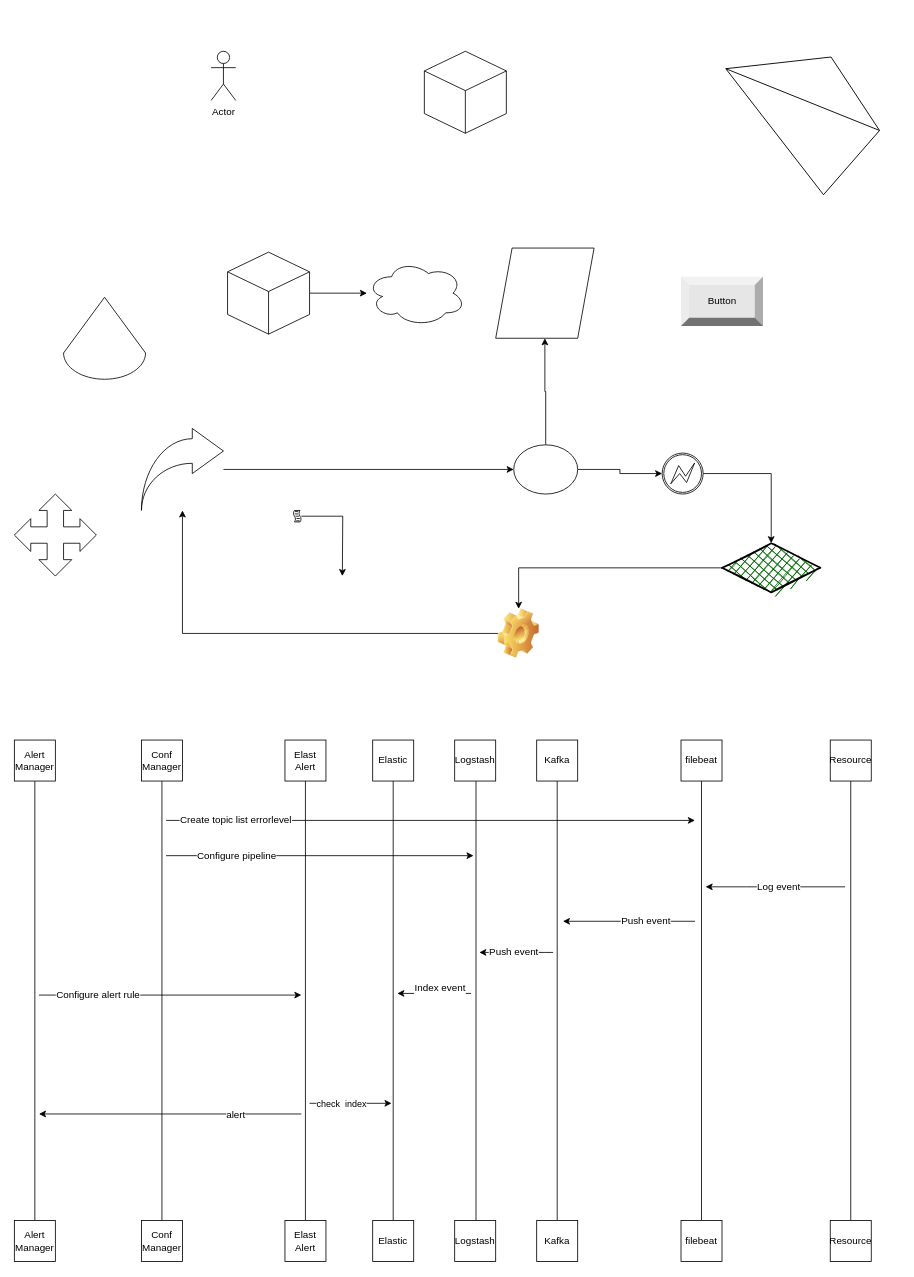
agustincaparros/SoA-Diagrams keeps this draw.io diagram as filebeat export and alert workflow.drawio. Above is the earlier version. Source tidied: cells renumbered, new cells numbered last; positions are measured from the earlier drawing's top-left corner, leaving out a move shared by most shapes. Both pictures are drawn from the tidied source at 82%, with x=0, y=0 at pixel (14, 26).
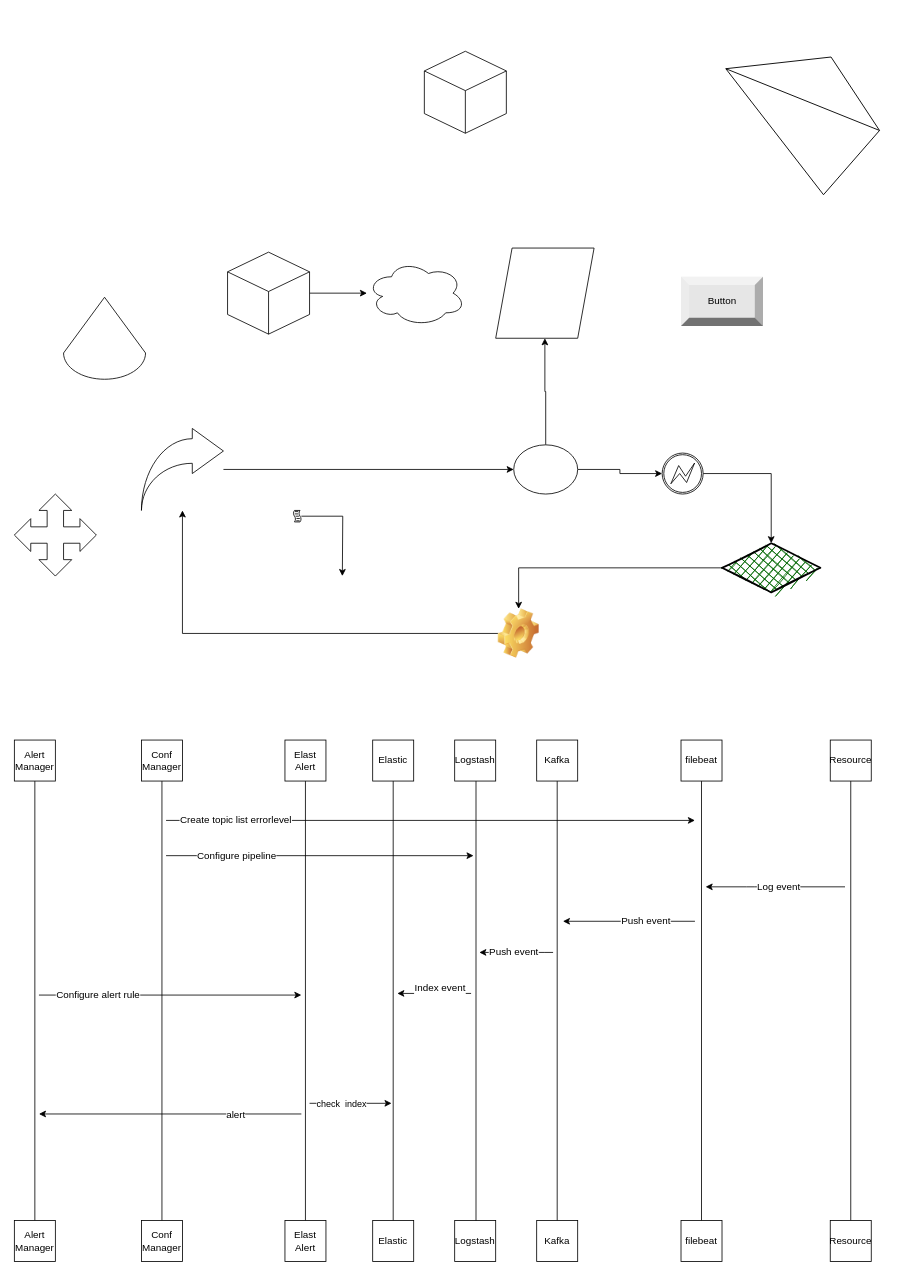
Above is the later version.

What changed in the source:
```diff
@@
-    <mxCell id="66" value="Actor" style="shape=umlActor;verticalLabelPosition=bottom;verticalAlign=top;html=1;" parent="1" vertex="1">
-      <mxGeometry x="240" y="30" width="30" height="60" as="geometry" />
-    </mxCell>
```
